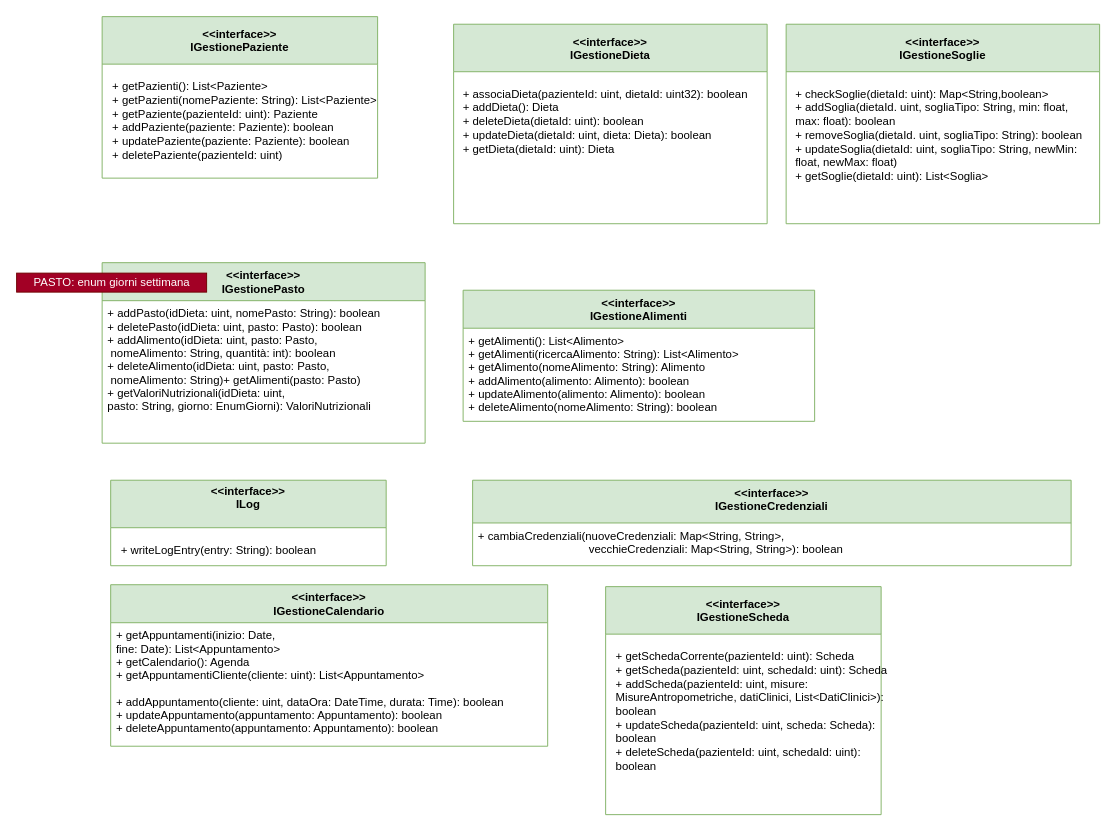
Earlier version of the draw.io diagram UML/UML_interfacce.drawio (DeborohNoah/IngSoft). Source tidied: cells renumbered, new cells numbered last; positions are measured from the earlier drawing's top-left corner, leaving out a move shared by most shapes. Both pictures are drawn from the tidied source at 95%, with x=0, y=0 at pixel (16, 16).
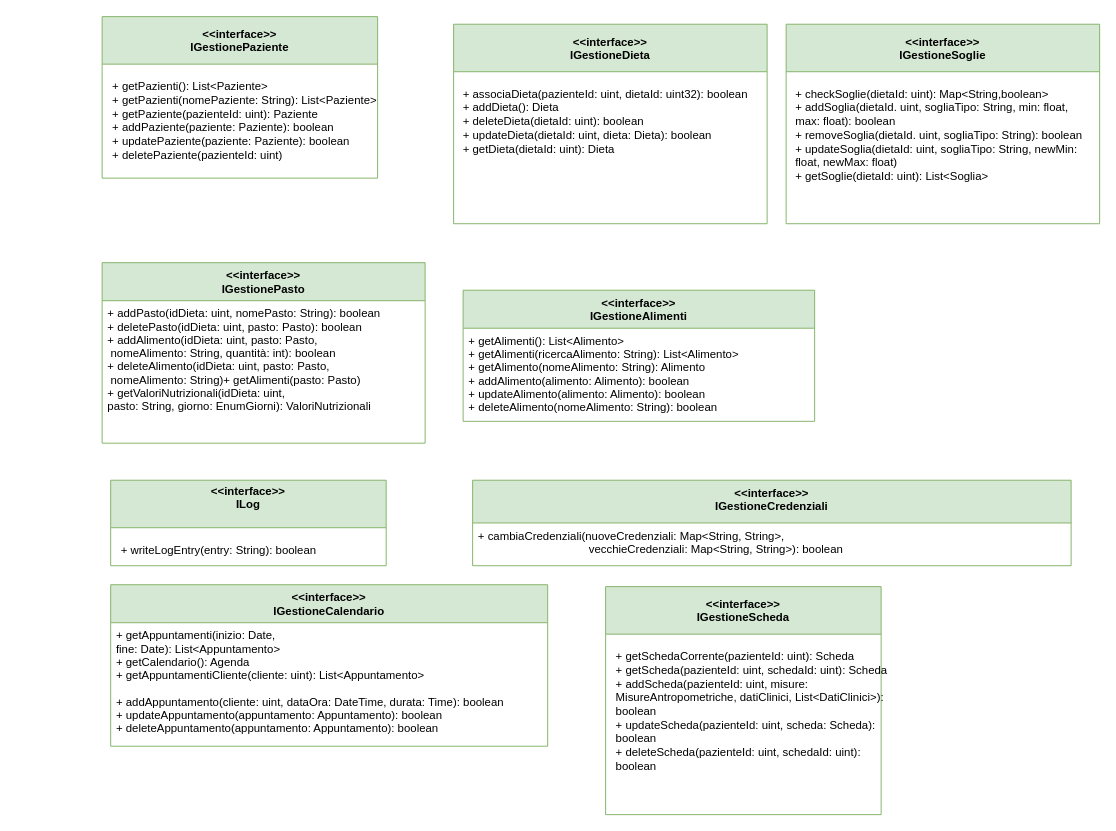
The same diagram, later.

The edit, as a diff of the source:
```diff
@@
-    <mxCell id="18" value="PASTO: enum giorni settimana" style="text;html=1;align=center;verticalAlign=middle;strokeColor=#6F0000;fillColor=#a20025;fontColor=#ffffff;" parent="1" vertex="1">
-      <mxGeometry y="270" width="200" height="20" as="geometry" />
-    </mxCell>
```
